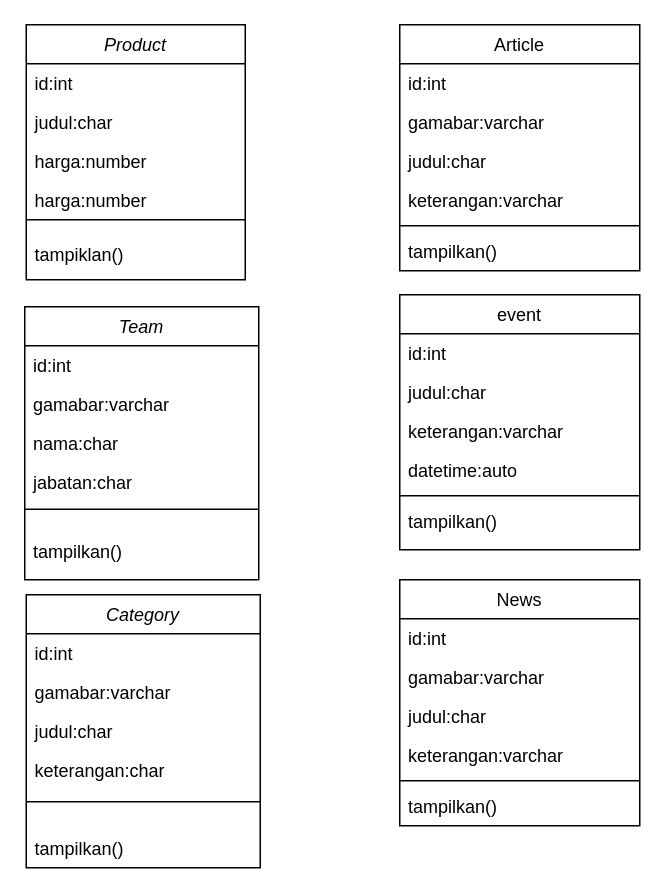
This is Rekhind.drawio from miftahpj/sertifikasikompetensi2025, a draw.io file, before an edit. Source tidied: cells renumbered, new cells numbered last; positions are measured from the earlier drawing's top-left corner, leaving out a move shared by most shapes. Both pictures are drawn from the tidied source at 150%, with x=0, y=0 at pixel (24, 24).
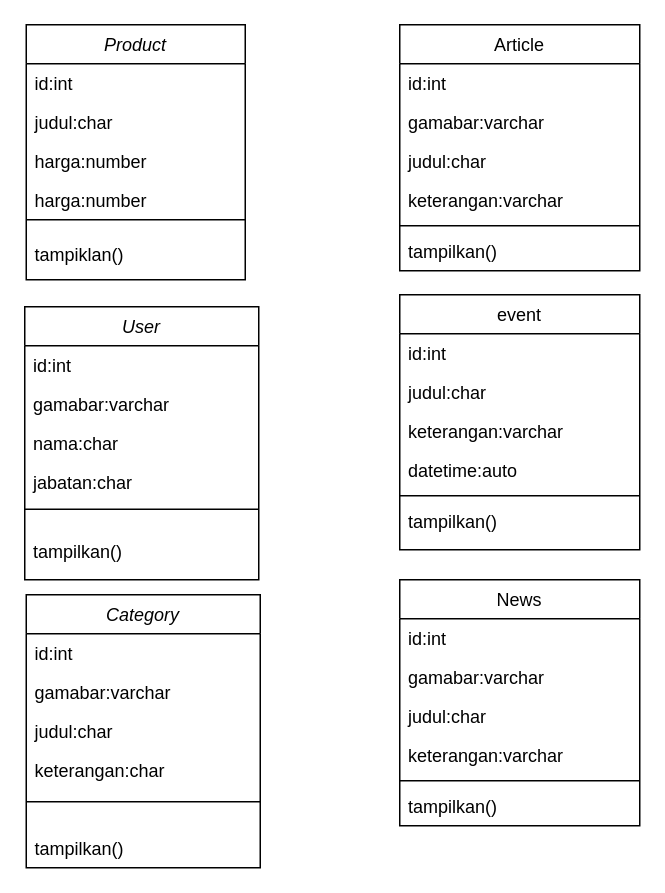
After the change.

The edit, as a diff of the source:
```diff
@@
-    <mxCell id="23" value="Team" style="swimlane;fontStyle=2;align=center;verticalAlign=top;horizontal=1;startSize=26;rounded=0;shadow=0;strokeWidth=1;" parent="1" vertex="1">
+    <mxCell id="23" value="User" style="swimlane;fontStyle=2;align=center;verticalAlign=top;horizontal=1;startSize=26;rounded=0;shadow=0;strokeWidth=1;" parent="1" vertex="1">
       <mxGeometry y="188" width="156" height="182" as="geometry" />
     </mxCell>
```
